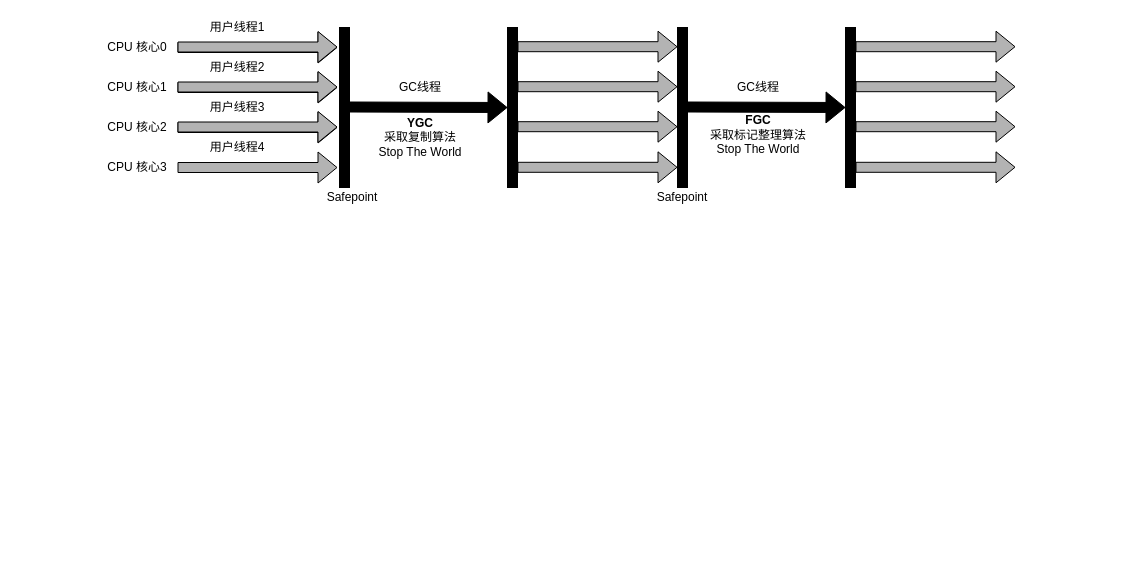
The draw.io diagram java/JVM垃圾回收器.drawio in Floweryu/my-diagrams, before the edit. Source tidied: cells renumbered, new cells numbered last; positions are measured from the earlier drawing's top-left corner, leaving out a move shared by most shapes. Both pictures are drawn from the tidied source at 100%, with x=0, y=0 at pixel (97, 17).
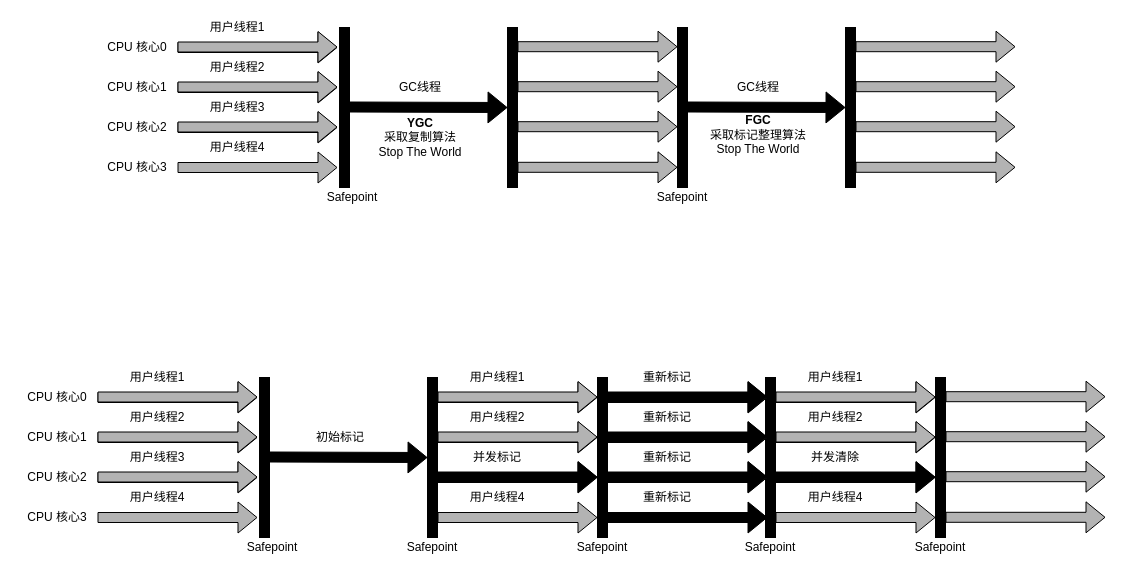
Above is the later version.

Commit message:
更新JVM垃圾回收器.drawio

The edit, as a diff of the source:
```diff
@@
+    <mxCell id="37" style="shape=flexArrow;endArrow=classic;html=1;fillColor=#B3B3B3;endSize=6;strokeWidth=1;" parent="1" edge="1">
+      <mxGeometry relative="1" as="geometry">
+        <mxPoint y="380" as="sourcePoint" />
+        <mxPoint x="160" y="380" as="targetPoint" />
+      </mxGeometry>
+    </mxCell>
+    <mxCell id="38" value="用户线程1" style="text;html=1;strokeColor=none;fillColor=none;align=center;verticalAlign=middle;whiteSpace=wrap;rounded=0;" parent="1" vertex="1">
+      <mxGeometry x="20" y="350" width="80" height="20" as="geometry" />
+    </mxCell>
+    <mxCell id="39" value="CPU 核心0" style="text;html=1;strokeColor=none;fillColor=none;align=center;verticalAlign=middle;whiteSpace=wrap;rounded=0;" parent="1" vertex="1">
+      <mxGeometry x="-80" y="370" width="80" height="20" as="geometry" />
+    </mxCell>
+    <mxCell id="40" style="shape=flexArrow;endArrow=classic;html=1;fillColor=#B3B3B3;" parent="1" edge="1">
+      <mxGeometry relative="1" as="geometry">
+        <mxPoint y="420" as="sourcePoint" />
+        <mxPoint x="160" y="420" as="targetPoint" />
+      </mxGeometry>
+    </mxCell>
+    <mxCell id="41" value="用户线程2" style="text;html=1;strokeColor=none;fillColor=none;align=center;verticalAlign=middle;whiteSpace=wrap;rounded=0;" parent="1" vertex="1">
+      <mxGeometry x="20" y="390" width="80" height="20" as="geometry" />
+    </mxCell>
+    <mxCell id="42" value="CPU 核心1" style="text;html=1;strokeColor=none;fillColor=none;align=center;verticalAlign=middle;whiteSpace=wrap;rounded=0;" parent="1" vertex="1">
+      <mxGeometry x="-80" y="410" width="80" height="20" as="geometry" />
+    </mxCell>
+    <mxCell id="43" style="shape=flexArrow;endArrow=classic;html=1;fillColor=#B3B3B3;" parent="1" edge="1">
+      <mxGeometry relative="1" as="geometry">
+        <mxPoint y="460" as="sourcePoint" />
+        <mxPoint x="160" y="460" as="targetPoint" />
+      </mxGeometry>
+    </mxCell>
+    <mxCell id="44" value="用户线程3" style="text;html=1;strokeColor=none;fillColor=none;align=center;verticalAlign=middle;whiteSpace=wrap;rounded=0;" parent="1" vertex="1">
+      <mxGeometry x="20" y="430" width="80" height="20" as="geometry" />
+    </mxCell>
+    <mxCell id="45" value="CPU 核心2" style="text;html=1;strokeColor=none;fillColor=none;align=center;verticalAlign=middle;whiteSpace=wrap;rounded=0;" parent="1" vertex="1">
+      <mxGeometry x="-80" y="450" width="80" height="20" as="geometry" />
+    </mxCell>
+    <mxCell id="46" style="shape=flexArrow;endArrow=classic;html=1;fillColor=#B3B3B3;" parent="1" edge="1">
+      <mxGeometry relative="1" as="geometry">
+        <mxPoint y="500" as="sourcePoint" />
+        <mxPoint x="160" y="500" as="targetPoint" />
+      </mxGeometry>
+    </mxCell>
+    <mxCell id="47" value="用户线程4" style="text;html=1;strokeColor=none;fillColor=none;align=center;verticalAlign=middle;whiteSpace=wrap;rounded=0;" parent="1" vertex="1">
+      <mxGeometry x="20" y="470" width="80" height="20" as="geometry" />
+    </mxCell>
+    <mxCell id="48" value="CPU 核心3" style="text;html=1;strokeColor=none;fillColor=none;align=center;verticalAlign=middle;whiteSpace=wrap;rounded=0;" parent="1" vertex="1">
+      <mxGeometry x="-80" y="490" width="80" height="20" as="geometry" />
+    </mxCell>
+    <mxCell id="49" style="rounded=0;whiteSpace=wrap;html=1;fillColor=#000000;" parent="1" vertex="1">
+      <mxGeometry x="162" y="360" width="10" height="160" as="geometry" />
+    </mxCell>
+    <mxCell id="50" style="shape=flexArrow;endArrow=classic;html=1;fillColor=#000000;endSize=6;strokeWidth=1;" parent="1" edge="1">
+      <mxGeometry relative="1" as="geometry">
+        <mxPoint x="172" y="439.5" as="sourcePoint" />
+        <mxPoint x="330" y="440" as="targetPoint" />
+      </mxGeometry>
+    </mxCell>
+    <mxCell id="51" value="Safepoint" style="text;html=1;strokeColor=none;fillColor=none;align=center;verticalAlign=middle;whiteSpace=wrap;rounded=0;" parent="1" vertex="1">
+      <mxGeometry x="135" y="520" width="80" height="20" as="geometry" />
+    </mxCell>
+    <mxCell id="52" value="&lt;span&gt;初始标记&lt;/span&gt;" style="text;html=1;strokeColor=none;fillColor=none;align=center;verticalAlign=middle;whiteSpace=wrap;rounded=0;fontStyle=0;" parent="1" vertex="1">
+      <mxGeometry x="180" y="410" width="126" height="20" as="geometry" />
+    </mxCell>
+    <mxCell id="53" style="shape=flexArrow;endArrow=classic;html=1;fillColor=#B3B3B3;endSize=6;strokeWidth=1;" parent="1" edge="1">
+      <mxGeometry relative="1" as="geometry">
+        <mxPoint y="379.5" as="sourcePoint" />
+        <mxPoint x="160" y="379.5" as="targetPoint" />
+      </mxGeometry>
+    </mxCell>
+    <mxCell id="54" style="shape=flexArrow;endArrow=classic;html=1;fillColor=#B3B3B3;" parent="1" edge="1">
+      <mxGeometry relative="1" as="geometry">
+        <mxPoint y="419.5" as="sourcePoint" />
+        <mxPoint x="160" y="419.5" as="targetPoint" />
+      </mxGeometry>
+    </mxCell>
+    <mxCell id="55" style="shape=flexArrow;endArrow=classic;html=1;fillColor=#B3B3B3;" parent="1" edge="1">
+      <mxGeometry relative="1" as="geometry">
+        <mxPoint y="459.5" as="sourcePoint" />
+        <mxPoint x="160" y="459.5" as="targetPoint" />
+      </mxGeometry>
+    </mxCell>
+    <mxCell id="56" style="rounded=0;whiteSpace=wrap;html=1;fillColor=#000000;" parent="1" vertex="1">
+      <mxGeometry x="330" y="360" width="10" height="160" as="geometry" />
+    </mxCell>
+    <mxCell id="57" style="rounded=0;whiteSpace=wrap;html=1;fillColor=#000000;" parent="1" vertex="1">
+      <mxGeometry x="500" y="360" width="10" height="160" as="geometry" />
+    </mxCell>
+    <mxCell id="58" value="Safepoint" style="text;html=1;strokeColor=none;fillColor=none;align=center;verticalAlign=middle;whiteSpace=wrap;rounded=0;" parent="1" vertex="1">
+      <mxGeometry x="465" y="520" width="80" height="20" as="geometry" />
+    </mxCell>
+    <mxCell id="59" style="rounded=0;whiteSpace=wrap;html=1;fillColor=#000000;" parent="1" vertex="1">
+      <mxGeometry x="668" y="360" width="10" height="160" as="geometry" />
+    </mxCell>
+    <mxCell id="60" style="shape=flexArrow;endArrow=classic;html=1;fillColor=#B3B3B3;endSize=6;strokeWidth=1;" parent="1" edge="1">
+      <mxGeometry relative="1" as="geometry">
+        <mxPoint x="340" y="380" as="sourcePoint" />
+        <mxPoint x="500" y="380" as="targetPoint" />
+      </mxGeometry>
+    </mxCell>
+    <mxCell id="61" value="用户线程1" style="text;html=1;strokeColor=none;fillColor=none;align=center;verticalAlign=middle;whiteSpace=wrap;rounded=0;" parent="1" vertex="1">
+      <mxGeometry x="360" y="350" width="80" height="20" as="geometry" />
+    </mxCell>
+    <mxCell id="62" style="shape=flexArrow;endArrow=classic;html=1;fillColor=#B3B3B3;" parent="1" edge="1">
+      <mxGeometry relative="1" as="geometry">
+        <mxPoint x="340" y="420" as="sourcePoint" />
+        <mxPoint x="500" y="420" as="targetPoint" />
+      </mxGeometry>
+    </mxCell>
+    <mxCell id="63" value="用户线程2" style="text;html=1;strokeColor=none;fillColor=none;align=center;verticalAlign=middle;whiteSpace=wrap;rounded=0;" parent="1" vertex="1">
+      <mxGeometry x="360" y="390" width="80" height="20" as="geometry" />
+    </mxCell>
+    <mxCell id="64" style="shape=flexArrow;endArrow=classic;html=1;fillColor=#B3B3B3;" parent="1" edge="1">
+      <mxGeometry relative="1" as="geometry">
+        <mxPoint x="340" y="460" as="sourcePoint" />
+        <mxPoint x="500" y="460" as="targetPoint" />
+      </mxGeometry>
+    </mxCell>
+    <mxCell id="65" value="并发标记" style="text;html=1;strokeColor=none;fillColor=none;align=center;verticalAlign=middle;whiteSpace=wrap;rounded=0;" parent="1" vertex="1">
+      <mxGeometry x="360" y="430" width="80" height="20" as="geometry" />
+    </mxCell>
+    <mxCell id="66" style="shape=flexArrow;endArrow=classic;html=1;fillColor=#B3B3B3;" parent="1" edge="1">
+      <mxGeometry relative="1" as="geometry">
+        <mxPoint x="340" y="500" as="sourcePoint" />
+        <mxPoint x="500" y="500" as="targetPoint" />
+      </mxGeometry>
+    </mxCell>
+    <mxCell id="67" value="用户线程4" style="text;html=1;strokeColor=none;fillColor=none;align=center;verticalAlign=middle;whiteSpace=wrap;rounded=0;" parent="1" vertex="1">
+      <mxGeometry x="360" y="470" width="80" height="20" as="geometry" />
+    </mxCell>
+    <mxCell id="68" style="shape=flexArrow;endArrow=classic;html=1;fillColor=#B3B3B3;endSize=6;strokeWidth=1;" parent="1" edge="1">
+      <mxGeometry relative="1" as="geometry">
+        <mxPoint x="340" y="379.5" as="sourcePoint" />
+        <mxPoint x="500" y="379.5" as="targetPoint" />
+      </mxGeometry>
+    </mxCell>
+    <mxCell id="69" style="shape=flexArrow;endArrow=classic;html=1;fillColor=#B3B3B3;" parent="1" edge="1">
+      <mxGeometry relative="1" as="geometry">
+        <mxPoint x="340" y="419.5" as="sourcePoint" />
+        <mxPoint x="500" y="419.5" as="targetPoint" />
+      </mxGeometry>
+    </mxCell>
+    <mxCell id="70" style="shape=flexArrow;endArrow=classic;html=1;fillColor=#000000;" parent="1" edge="1">
+      <mxGeometry relative="1" as="geometry">
+        <mxPoint x="340" y="459.5" as="sourcePoint" />
+        <mxPoint x="500" y="459.5" as="targetPoint" />
+      </mxGeometry>
+    </mxCell>
+    <mxCell id="71" style="shape=flexArrow;endArrow=classic;html=1;fillColor=#B3B3B3;endSize=6;strokeWidth=1;" parent="1" edge="1">
+      <mxGeometry relative="1" as="geometry">
+        <mxPoint x="510" y="380" as="sourcePoint" />
+        <mxPoint x="670" y="380" as="targetPoint" />
+      </mxGeometry>
+    </mxCell>
+    <mxCell id="72" value="重新标记" style="text;html=1;strokeColor=none;fillColor=none;align=center;verticalAlign=middle;whiteSpace=wrap;rounded=0;" parent="1" vertex="1">
+      <mxGeometry x="530" y="350" width="80" height="20" as="geometry" />
+    </mxCell>
+    <mxCell id="73" style="shape=flexArrow;endArrow=classic;html=1;fillColor=#B3B3B3;" parent="1" edge="1">
+      <mxGeometry relative="1" as="geometry">
+        <mxPoint x="510" y="420" as="sourcePoint" />
+        <mxPoint x="670" y="420" as="targetPoint" />
+      </mxGeometry>
+    </mxCell>
+    <mxCell id="74" value="重新标记" style="text;html=1;strokeColor=none;fillColor=none;align=center;verticalAlign=middle;whiteSpace=wrap;rounded=0;" parent="1" vertex="1">
+      <mxGeometry x="530" y="390" width="80" height="20" as="geometry" />
+    </mxCell>
+    <mxCell id="75" style="shape=flexArrow;endArrow=classic;html=1;fillColor=#B3B3B3;" parent="1" edge="1">
+      <mxGeometry relative="1" as="geometry">
+        <mxPoint x="510" y="460" as="sourcePoint" />
+        <mxPoint x="670" y="460" as="targetPoint" />
+      </mxGeometry>
+    </mxCell>
+    <mxCell id="76" value="重新标记" style="text;html=1;strokeColor=none;fillColor=none;align=center;verticalAlign=middle;whiteSpace=wrap;rounded=0;" parent="1" vertex="1">
+      <mxGeometry x="530" y="430" width="80" height="20" as="geometry" />
+    </mxCell>
+    <mxCell id="77" style="shape=flexArrow;endArrow=classic;html=1;fillColor=#000000;" parent="1" edge="1">
+      <mxGeometry relative="1" as="geometry">
+        <mxPoint x="510" y="500" as="sourcePoint" />
+        <mxPoint x="670" y="500" as="targetPoint" />
+      </mxGeometry>
+    </mxCell>
+    <mxCell id="78" value="重新标记" style="text;html=1;strokeColor=none;fillColor=none;align=center;verticalAlign=middle;whiteSpace=wrap;rounded=0;" parent="1" vertex="1">
+      <mxGeometry x="530" y="470" width="80" height="20" as="geometry" />
+    </mxCell>
+    <mxCell id="79" style="shape=flexArrow;endArrow=classic;html=1;fillColor=#000000;endSize=6;strokeWidth=1;" parent="1" edge="1">
+      <mxGeometry relative="1" as="geometry">
+        <mxPoint x="510" y="379.5" as="sourcePoint" />
+        <mxPoint x="670" y="379.5" as="targetPoint" />
+      </mxGeometry>
+    </mxCell>
+    <mxCell id="80" style="shape=flexArrow;endArrow=classic;html=1;fillColor=#000000;" parent="1" edge="1">
+      <mxGeometry relative="1" as="geometry">
+        <mxPoint x="510" y="419.5" as="sourcePoint" />
+        <mxPoint x="670" y="419.5" as="targetPoint" />
+      </mxGeometry>
+    </mxCell>
+    <mxCell id="81" style="shape=flexArrow;endArrow=classic;html=1;fillColor=#000000;" parent="1" edge="1">
+      <mxGeometry relative="1" as="geometry">
+        <mxPoint x="510" y="459.5" as="sourcePoint" />
+        <mxPoint x="670" y="459.5" as="targetPoint" />
+      </mxGeometry>
+    </mxCell>
+    <mxCell id="82" style="rounded=0;whiteSpace=wrap;html=1;fillColor=#000000;" parent="1" vertex="1">
+      <mxGeometry x="838" y="360" width="10" height="160" as="geometry" />
+    </mxCell>
+    <mxCell id="83" style="shape=flexArrow;endArrow=classic;html=1;fillColor=#B3B3B3;endSize=6;strokeWidth=1;" parent="1" edge="1">
+      <mxGeometry relative="1" as="geometry">
+        <mxPoint x="678" y="380" as="sourcePoint" />
+        <mxPoint x="838" y="380" as="targetPoint" />
+      </mxGeometry>
+    </mxCell>
+    <mxCell id="84" value="用户线程1" style="text;html=1;strokeColor=none;fillColor=none;align=center;verticalAlign=middle;whiteSpace=wrap;rounded=0;" parent="1" vertex="1">
+      <mxGeometry x="698" y="350" width="80" height="20" as="geometry" />
+    </mxCell>
+    <mxCell id="85" style="shape=flexArrow;endArrow=classic;html=1;fillColor=#B3B3B3;" parent="1" edge="1">
+      <mxGeometry relative="1" as="geometry">
+        <mxPoint x="678" y="420" as="sourcePoint" />
+        <mxPoint x="838" y="420" as="targetPoint" />
+      </mxGeometry>
+    </mxCell>
+    <mxCell id="86" value="用户线程2" style="text;html=1;strokeColor=none;fillColor=none;align=center;verticalAlign=middle;whiteSpace=wrap;rounded=0;" parent="1" vertex="1">
+      <mxGeometry x="698" y="390" width="80" height="20" as="geometry" />
+    </mxCell>
+    <mxCell id="87" style="shape=flexArrow;endArrow=classic;html=1;fillColor=#B3B3B3;" parent="1" edge="1">
+      <mxGeometry relative="1" as="geometry">
+        <mxPoint x="678" y="460" as="sourcePoint" />
+        <mxPoint x="838" y="460" as="targetPoint" />
+      </mxGeometry>
+    </mxCell>
+    <mxCell id="88" value="并发清除" style="text;html=1;strokeColor=none;fillColor=none;align=center;verticalAlign=middle;whiteSpace=wrap;rounded=0;" parent="1" vertex="1">
+      <mxGeometry x="698" y="430" width="80" height="20" as="geometry" />
+    </mxCell>
+    <mxCell id="89" style="shape=flexArrow;endArrow=classic;html=1;fillColor=#B3B3B3;" parent="1" edge="1">
+      <mxGeometry relative="1" as="geometry">
+        <mxPoint x="678" y="500" as="sourcePoint" />
+        <mxPoint x="838" y="500" as="targetPoint" />
+      </mxGeometry>
+    </mxCell>
+    <mxCell id="90" value="用户线程4" style="text;html=1;strokeColor=none;fillColor=none;align=center;verticalAlign=middle;whiteSpace=wrap;rounded=0;" parent="1" vertex="1">
+      <mxGeometry x="698" y="470" width="80" height="20" as="geometry" />
+    </mxCell>
+    <mxCell id="91" style="shape=flexArrow;endArrow=classic;html=1;fillColor=#B3B3B3;endSize=6;strokeWidth=1;" parent="1" edge="1">
+      <mxGeometry relative="1" as="geometry">
+        <mxPoint x="678" y="379.5" as="sourcePoint" />
+        <mxPoint x="838" y="379.5" as="targetPoint" />
+      </mxGeometry>
+    </mxCell>
+    <mxCell id="92" style="shape=flexArrow;endArrow=classic;html=1;fillColor=#B3B3B3;" parent="1" edge="1">
+      <mxGeometry relative="1" as="geometry">
+        <mxPoint x="678" y="419.5" as="sourcePoint" />
+        <mxPoint x="838" y="419.5" as="targetPoint" />
+      </mxGeometry>
+    </mxCell>
+    <mxCell id="93" style="shape=flexArrow;endArrow=classic;html=1;fillColor=#000000;" parent="1" edge="1">
+      <mxGeometry relative="1" as="geometry">
+        <mxPoint x="678" y="459.5" as="sourcePoint" />
+        <mxPoint x="838" y="459.5" as="targetPoint" />
+      </mxGeometry>
+    </mxCell>
+    <mxCell id="94" style="shape=flexArrow;endArrow=classic;html=1;fillColor=#B3B3B3;endSize=6;strokeWidth=1;" parent="1" edge="1">
+      <mxGeometry relative="1" as="geometry">
+        <mxPoint x="848" y="379.2" as="sourcePoint" />
+        <mxPoint x="1008" y="379.2" as="targetPoint" />
+      </mxGeometry>
+    </mxCell>
+    <mxCell id="95" style="shape=flexArrow;endArrow=classic;html=1;fillColor=#B3B3B3;" parent="1" edge="1">
+      <mxGeometry relative="1" as="geometry">
+        <mxPoint x="848" y="419.2" as="sourcePoint" />
+        <mxPoint x="1008" y="419.2" as="targetPoint" />
+      </mxGeometry>
+    </mxCell>
+    <mxCell id="96" style="shape=flexArrow;endArrow=classic;html=1;fillColor=#B3B3B3;" parent="1" edge="1">
+      <mxGeometry relative="1" as="geometry">
+        <mxPoint x="848" y="459.2" as="sourcePoint" />
+        <mxPoint x="1008" y="459.2" as="targetPoint" />
+      </mxGeometry>
+    </mxCell>
+    <mxCell id="97" style="shape=flexArrow;endArrow=classic;html=1;fillColor=#B3B3B3;" parent="1" edge="1">
+      <mxGeometry relative="1" as="geometry">
+        <mxPoint x="848" y="499.8" as="sourcePoint" />
+        <mxPoint x="1008" y="499.8" as="targetPoint" />
+      </mxGeometry>
+    </mxCell>
+    <mxCell id="98" value="Safepoint" style="text;html=1;strokeColor=none;fillColor=none;align=center;verticalAlign=middle;whiteSpace=wrap;rounded=0;" parent="1" vertex="1">
+      <mxGeometry x="295" y="520" width="80" height="20" as="geometry" />
+    </mxCell>
+    <mxCell id="99" value="Safepoint" style="text;html=1;strokeColor=none;fillColor=none;align=center;verticalAlign=middle;whiteSpace=wrap;rounded=0;" parent="1" vertex="1">
+      <mxGeometry x="633" y="520" width="80" height="20" as="geometry" />
+    </mxCell>
+    <mxCell id="100" value="Safepoint" style="text;html=1;strokeColor=none;fillColor=none;align=center;verticalAlign=middle;whiteSpace=wrap;rounded=0;" parent="1" vertex="1">
+      <mxGeometry x="803" y="520" width="80" height="20" as="geometry" />
+    </mxCell>
```
